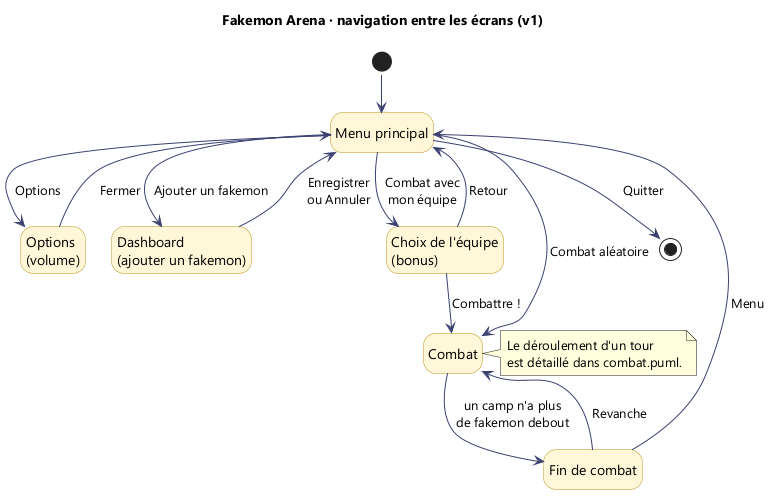
Earlier version of the PlantUML export docs/uml/navigation.png (OnerAliCan/fakemon-arena).
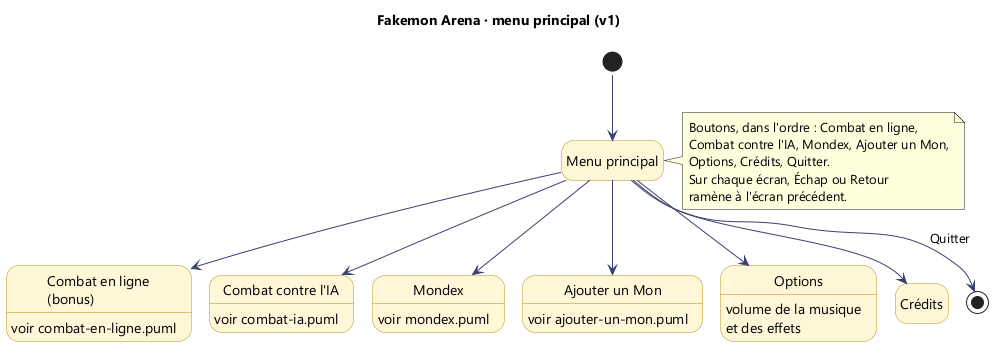
The same file after the commit.

Change to the diagram source:
```diff
@@ -1,6 +1,6 @@
 @startuml navigation
 !pragma layout smetana
-title Fakemon Arena · navigation entre les écrans (v1)
+title Fakemon Arena · menu principal (v1)
 skinparam defaultFontName Segoe UI
 skinparam state {
   BackgroundColor #FFF6D6
@@ -10,28 +10,27 @@
 hide empty description
 
 state "Menu principal" as Menu
-state "Options\n(volume)" as Options
-state "Dashboard\n(ajouter un fakemon)" as Dashboard
-state "Choix de l'équipe\n(bonus)" as ChoixEquipe
-state "Combat" as Combat
-state "Fin de combat" as Fin
+state "Combat en ligne\n(bonus)" as Ligne : voir combat-en-ligne.puml
+state "Combat contre l'IA" as IA : voir combat-ia.puml
+state "Mondex" as Mondex : voir mondex.puml
+state "Ajouter un Mon" as Ajouter : voir ajouter-un-mon.puml
+state "Options" as Options : volume de la musique\net des effets
+state "Crédits" as Credits
 
 [*] --> Menu
-Menu --> Options : Options
-Options --> Menu : Fermer
-Menu --> Dashboard : Ajouter un fakemon
-Dashboard --> Menu : Enregistrer\nou Annuler
-Menu --> ChoixEquipe : Combat avec\nmon équipe
-ChoixEquipe --> Menu : Retour
-ChoixEquipe --> Combat : Combattre !
-Menu --> Combat : Combat aléatoire
-Combat --> Fin : un camp n'a plus\nde fakemon debout
-Fin --> Combat : Revanche
-Fin --> Menu : Menu
+Menu --> Ligne
+Menu --> IA
+Menu --> Mondex
+Menu --> Ajouter
+Menu --> Options
+Menu --> Credits
 Menu --> [*] : Quitter
 
-note right of Combat
-  Le déroulement d'un tour
-  est détaillé dans combat.puml.
+note right of Menu
+  Boutons, dans l'ordre : Combat en ligne,
+  Combat contre l'IA, Mondex, Ajouter un Mon,
+  Options, Crédits, Quitter.
+  Sur chaque écran, Échap ou Retour
+  ramène à l'écran précédent.
 end note
 @enduml
```
